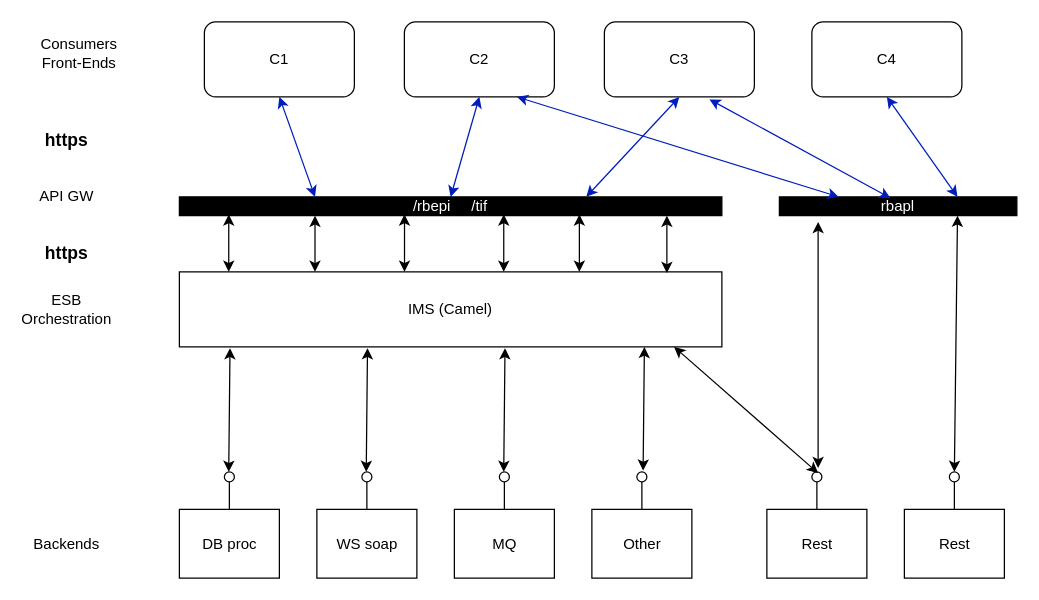
This is IP - online in 2023.drawio from MichalHasekRB/my-Diagrams, a draw.io file, before an edit. Source tidied: cells renumbered, new cells numbered last; positions are measured from the earlier drawing's top-left corner, leaving out a move shared by most shapes. Both pictures are drawn from the tidied source at 125%, with x=0, y=0 at pixel (29, 21).
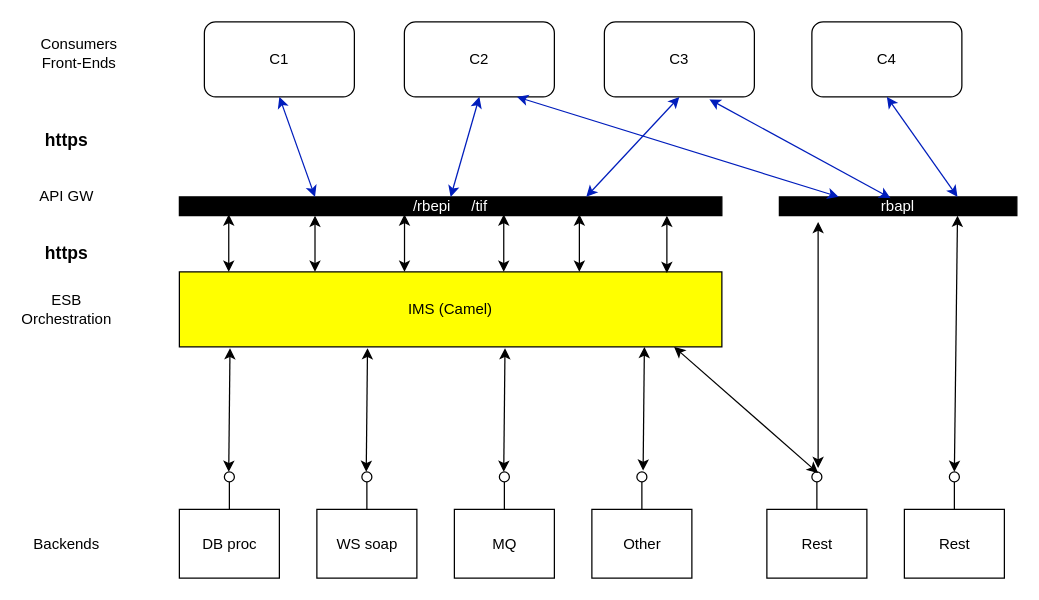
Above is the later version.

What changed in the source:
```diff
@@
-    <mxCell id="26" value="IMS (Camel)" style="rounded=0;whiteSpace=wrap;html=1;" parent="1" vertex="1">
+    <mxCell id="26" value="IMS (Camel)" style="rounded=0;whiteSpace=wrap;html=1;fillColor=#FFFF00;" parent="1" vertex="1">
       <mxGeometry x="120" y="200" width="434" height="60" as="geometry" />
     </mxCell>
```
